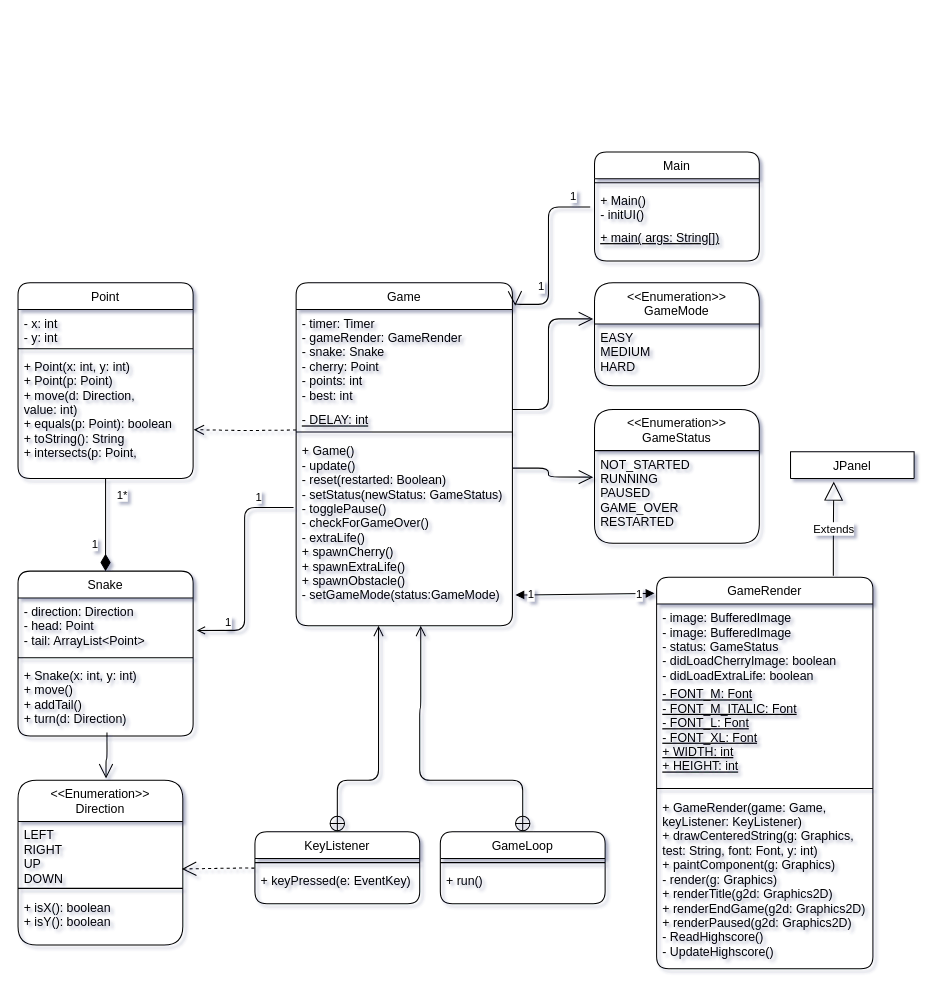
Before: SnakeClassDiagram.drawio in CIS3296SoftwareDesignF21/prj-04-the-snake-game, a draw.io diagram. Source tidied: cells renumbered, new cells numbered last; positions are measured from the earlier drawing's top-left corner, leaving out a move shared by most shapes. Both pictures are drawn from the tidied source at 103%, with x=0, y=0 at pixel (18, 151).
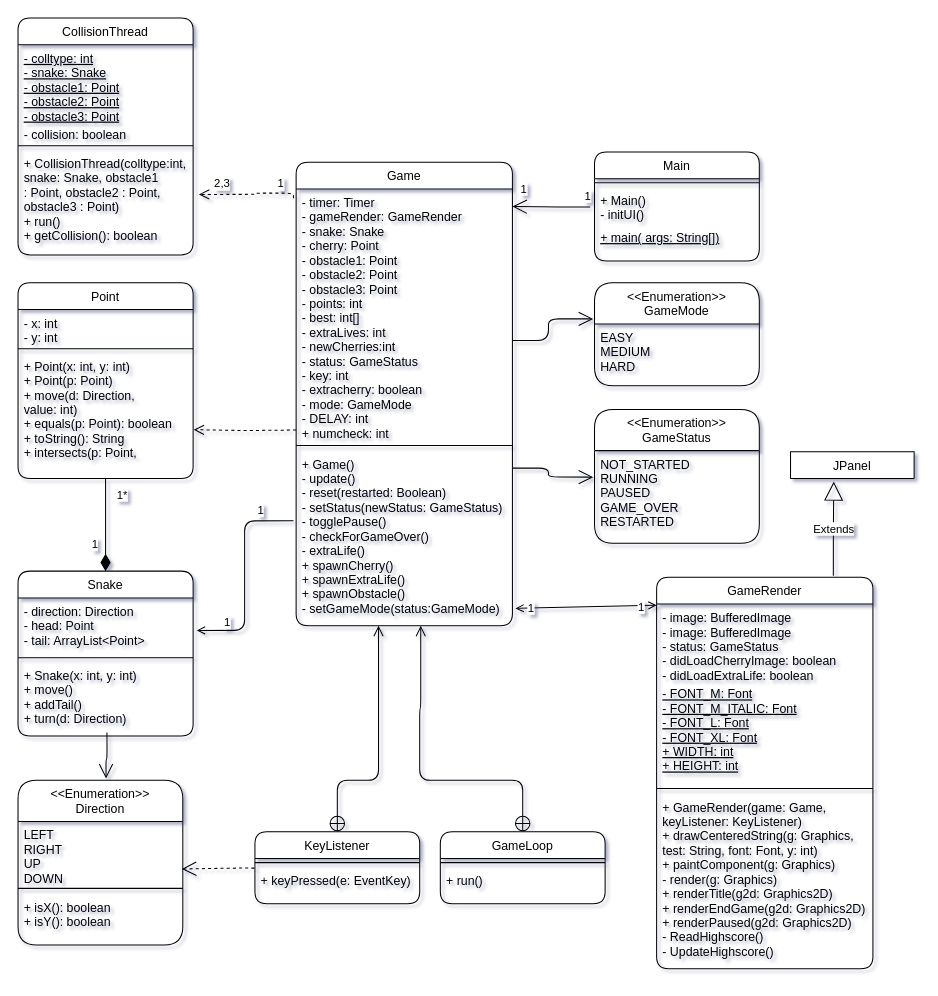
Above is the later version.

Commit message (it also covers changes not shown here):
Update Class diagram

Unchanged cells that the change refers to:
```xml
<mxCell id="19" value="+ Main()&#10;- initUI()&#10;" style="text;align=left;verticalAlign=top;spacingLeft=4;spacingRight=4;overflow=hidden;points=[[0,0.5],[1,0.5]];portConstraint=eastwest;fontStyle=0;rounded=1;" parent="17" vertex="1">
  <mxGeometry y="34" width="160" height="36" as="geometry" />
</mxCell>
<mxCell id="44" value="GameRender" style="swimlane;fontStyle=0;align=center;verticalAlign=top;horizontal=1;startSize=26;shadow=0;strokeWidth=1;rounded=1;" parent="1" vertex="1">
  <mxGeometry x="620" y="413" width="210" height="380" as="geometry" />
</mxCell>
<mxCell id="45" value="- image: BufferedImage&#10;- image: BufferedImage&#10;- status: GameStatus&#10;- didLoadCherryImage: boolean&#10;- didLoadExtraLife: boolean&#10;" style="text;align=left;verticalAlign=top;spacingLeft=4;spacingRight=4;overflow=hidden;points=[[0,0.5],[1,0.5]];portConstraint=eastwest;rounded=1;" parent="44" vertex="1">
  <mxGeometry y="26" width="210" height="74" as="geometry" />
</mxCell>
<mxCell id="54" value="&lt;&lt;Enumeration&gt;&gt; &#10;GameMode" style="swimlane;fontStyle=0;align=center;verticalAlign=top;horizontal=1;startSize=40;shadow=0;strokeWidth=1;rounded=1;" parent="1" vertex="1">
  <mxGeometry x="559.7" y="127" width="160" height="100" as="geometry" />
</mxCell>
```

What changed in the source:
```diff
@@
     <mxCell id="21" value="Game" style="swimlane;fontStyle=0;align=center;verticalAlign=top;horizontal=1;startSize=26;shadow=0;strokeWidth=1;rounded=1;" parent="1" vertex="1">
-      <mxGeometry x="270" y="127" width="210" height="333" as="geometry" />
+      <mxGeometry x="270" y="10" width="210" height="450" as="geometry" />
     </mxCell>
-    <mxCell id="22" value="- timer: Timer&#10;- gameRender: GameRender&#10;- snake: Snake&#10;- cherry: Point&#10;- points: int&#10;- best: int" style="text;align=left;verticalAlign=top;spacingLeft=4;spacingRight=4;overflow=hidden;points=[[0,0.5],[1,0.5]];portConstraint=eastwest;rounded=1;" parent="21" vertex="1">
-      <mxGeometry y="26" width="210" height="94" as="geometry" />
+    <mxCell id="22" value="- timer: Timer&#10;- gameRender: GameRender&#10;- snake: Snake&#10;- cherry: Point&#10;- obstacle1: Point&#10;- obstacle2: Point&#10;- obstacle3: Point&#10;- points: int&#10;- best: int[]&#10;- extraLives: int&#10;- newCherries:int&#10;- status: GameStatus&#10;- key: int&#10;- extracherry: boolean&#10;- mode: GameMode&#10;- DELAY: int&#10;+ numcheck: int&#10;&#10;" style="text;align=left;verticalAlign=top;spacingLeft=4;spacingRight=4;overflow=hidden;points=[[0,0.5],[1,0.5]];portConstraint=eastwest;rounded=1;" parent="21" vertex="1">
+      <mxGeometry y="26" width="210" height="244" as="geometry" />
     </mxCell>
-    <mxCell id="23" value="- DELAY: int&#10;" style="text;align=left;verticalAlign=top;spacingLeft=4;spacingRight=4;overflow=hidden;points=[[0,0.5],[1,0.5]];portConstraint=eastwest;fontStyle=4;rounded=1;" parent="21" vertex="1">
-      <mxGeometry y="120" width="210" height="20" as="geometry" />
-    </mxCell>
     <mxCell id="24" style="line;html=1;strokeWidth=1;align=left;verticalAlign=middle;spacingTop=-1;spacingLeft=3;spacingRight=3;labelPosition=right;rounded=1;" parent="21" vertex="1">
-      <mxGeometry y="140" width="210" height="10" as="geometry" />
+      <mxGeometry y="270" width="210" height="10" as="geometry" />
     </mxCell>
     <mxCell id="25" value="+ Game()&#10;- update()&#10;- reset(restarted: Boolean)&#10;- setStatus(newStatus: GameStatus)&#10;- togglePause()&#10;- checkForGameOver()&#10;- extraLife()&#10;+ spawnCherry()&#10;+ spawnExtraLife()&#10;+ spawnObstacle()&#10;- setGameMode(status:GameMode)" style="text;strokeColor=none;fillColor=none;align=left;verticalAlign=top;spacingLeft=4;spacingRight=4;overflow=hidden;points=[[0,0.5],[1,0.5]];portConstraint=eastwest;rounded=1;" parent="21" vertex="1">
-      <mxGeometry y="150" width="210" height="170" as="geometry" />
+      <mxGeometry y="280" width="210" height="170" as="geometry" />
     </mxCell>
@@
-    <mxCell id="38" style="endArrow=open;endFill=1;endSize=12;html=1;edgeStyle=orthogonalEdgeStyle;entryX=1.013;entryY=0.067;entryDx=0;entryDy=0;entryPerimeter=0;exitX=-0.026;exitY=0.54;exitDx=0;exitDy=0;exitPerimeter=0;" parent="1" edge="1" source="19" target="21">
+    <mxCell id="38" style="endArrow=open;endFill=1;endSize=12;html=1;edgeStyle=orthogonalEdgeStyle;exitX=-0.026;exitY=0.54;exitDx=0;exitDy=0;exitPerimeter=0;" parent="1" edge="1" source="19">
       <mxGeometry relative="1" as="geometry">
+        <mxPoint x="480" y="53" as="targetPoint" />
         <Array as="points">
           <mxPoint x="515" y="53" />
-          <mxPoint x="515" y="148" />
+          <mxPoint x="500" y="53" />
         </Array>
       </mxGeometry>
     </mxCell>
@@
-    <mxCell id="49" style="endArrow=block;startArrow=block;endFill=1;startFill=1;html=1;entryX=-0.01;entryY=0.041;entryDx=0;entryDy=0;entryPerimeter=0;exitX=1.014;exitY=0.901;exitDx=0;exitDy=0;exitPerimeter=0;" parent="1" edge="1" source="25" target="44">
+    <mxCell id="49" style="endArrow=open;startArrow=open;endFill=0;startFill=0;html=1;entryX=0;entryY=0.014;entryDx=0;entryDy=0;entryPerimeter=0;exitX=1.014;exitY=0.901;exitDx=0;exitDy=0;exitPerimeter=0;" parent="1" edge="1" source="25" target="45">
       <mxGeometry relative="1" as="geometry" />
     </mxCell>
@@
-    <mxCell id="56" style="endArrow=open;html=1;endSize=12;startArrow=none;startSize=14;startFill=0;edgeStyle=orthogonalEdgeStyle;align=left;verticalAlign=bottom;endFill=0;exitX=1;exitY=0.15;exitDx=0;exitDy=0;exitPerimeter=0;entryX=-0.008;entryY=0.351;entryDx=0;entryDy=0;entryPerimeter=0;" parent="1" edge="1" source="23" target="54">
+    <mxCell id="56" style="endArrow=open;html=1;endSize=12;startArrow=none;startSize=14;startFill=0;edgeStyle=orthogonalEdgeStyle;align=left;verticalAlign=bottom;endFill=0;exitX=1;exitY=0.15;exitDx=0;exitDy=0;exitPerimeter=0;entryX=-0.008;entryY=0.351;entryDx=0;entryDy=0;entryPerimeter=0;" parent="1" edge="1" target="54">
       <mxGeometry x="-0.63" y="10" relative="1" as="geometry">
+        <mxPoint x="480" y="183" as="sourcePoint" />
         <Array as="points">
-          <mxPoint x="515" y="250" />
+          <mxPoint x="515" y="183" />
           <mxPoint x="515" y="162" />
         </Array>
       </mxGeometry>
     </mxCell>
+    <mxCell id="57" value="CollisionThread" style="swimlane;fontStyle=0;align=center;verticalAlign=top;horizontal=1;startSize=26;shadow=0;strokeWidth=1;rounded=1;" parent="1" vertex="1">
+      <mxGeometry y="-130" width="170" height="230" as="geometry" />
+    </mxCell>
+    <mxCell id="58" value="- colltype: int&#10;- snake: Snake&#10;- obstacle1: Point&#10;- obstacle2: Point&#10;- obstacle3: Point&#10;" style="text;align=left;verticalAlign=top;spacingLeft=4;spacingRight=4;overflow=hidden;rounded=1;fontStyle=4;" parent="57" vertex="1">
+      <mxGeometry y="26" width="170" height="74" as="geometry" />
+    </mxCell>
+    <mxCell id="59" value="- collision: boolean&#10;" style="text;align=left;verticalAlign=top;spacingLeft=4;spacingRight=4;overflow=hidden;rounded=1;fontStyle=0;" parent="57" vertex="1">
+      <mxGeometry y="100" width="170" height="20" as="geometry" />
+    </mxCell>
+    <mxCell id="60" style="line;html=1;strokeWidth=1;align=left;verticalAlign=middle;spacingTop=-1;spacingLeft=3;spacingRight=3;labelPosition=right;rounded=1;" parent="57" vertex="1">
+      <mxGeometry y="120" width="170" height="8" as="geometry" />
+    </mxCell>
+    <mxCell id="61" value="+ CollisionThread(colltype:int, &#10;snake: Snake, obstacle1&#10;: Point, obstacle2 : Point, &#10;obstacle3 : Point)&#10;+ run()&#10;+ getCollision(): boolean" style="text;align=left;verticalAlign=top;spacingLeft=4;spacingRight=4;overflow=hidden;points=[[0,0.5],[1,0.5]];portConstraint=eastwest;rounded=1;" parent="57" vertex="1">
+      <mxGeometry y="128" width="170" height="102" as="geometry" />
+    </mxCell>
+    <mxCell id="62" style="html=1;verticalAlign=bottom;endArrow=open;dashed=1;endSize=8;edgeStyle=orthogonalEdgeStyle;entryX=1.033;entryY=0.424;entryDx=0;entryDy=0;entryPerimeter=0;exitX=-0.012;exitY=0.037;exitDx=0;exitDy=0;exitPerimeter=0;" parent="1" edge="1" source="22" target="61">
+      <mxGeometry relative="1" as="geometry">
+        <Array as="points">
+          <mxPoint x="268" y="40" />
+          <mxPoint x="230" y="40" />
+          <mxPoint x="230" y="41" />
+        </Array>
+      </mxGeometry>
+    </mxCell>
+    <mxCell id="63" value="2,3" style="edgeLabel;html=1;align=center;verticalAlign=middle;" parent="62" vertex="1">
+      <mxGeometry x="0.55" y="-1" relative="1" as="geometry">
+        <mxPoint y="-10" as="offset" />
+      </mxGeometry>
+    </mxCell>
+    <mxCell id="64" value="1" style="edgeLabel;html=1;align=center;verticalAlign=middle;" parent="62" vertex="1">
+      <mxGeometry x="-0.64" relative="1" as="geometry">
+        <mxPoint y="-10" as="offset" />
+      </mxGeometry>
+    </mxCell>
```
